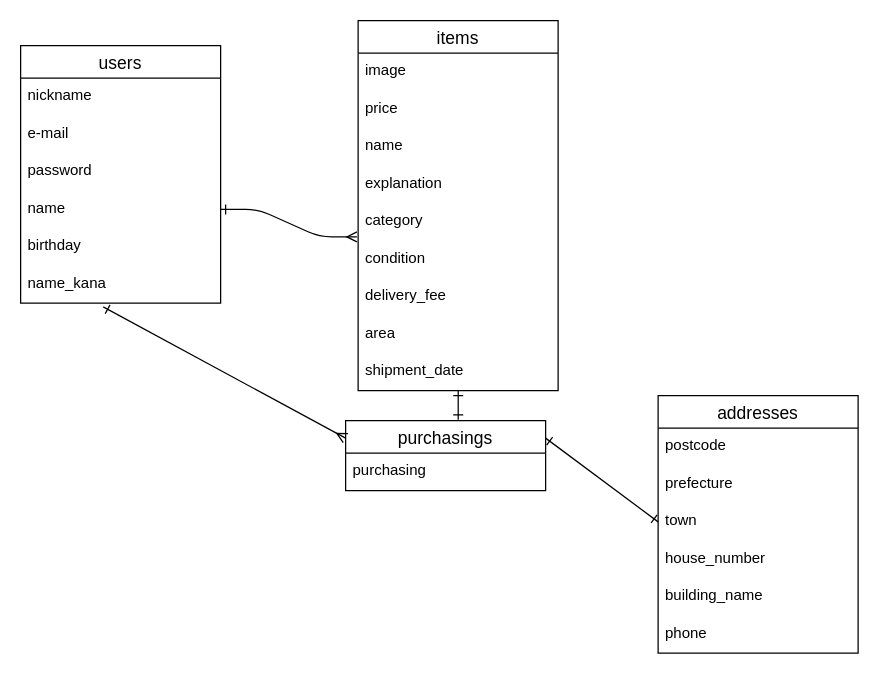
Before: furima.dio in AKN-YASUDA/furima-30947, a draw.io diagram. Source tidied: cells renumbered, new cells numbered last; positions are measured from the earlier drawing's top-left corner, leaving out a move shared by most shapes. Both pictures are drawn from the tidied source at 125%, with x=0, y=0 at pixel (20, 20).
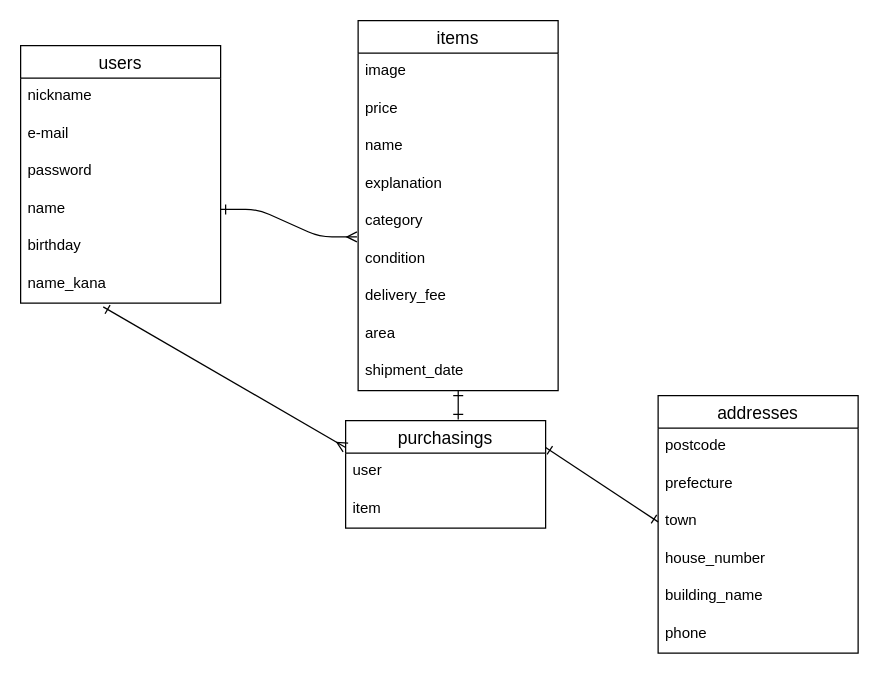
The same diagram, later.

What changed in the source:
```diff
@@
     <mxCell id="19" value="purchasings" style="swimlane;fontStyle=0;horizontal=1;startSize=26;align=center;fontSize=14;" parent="1" vertex="1">
-      <mxGeometry x="260" y="320" width="160" height="56" as="geometry" />
+      <mxGeometry x="260" y="320" width="160" height="86" as="geometry" />
     </mxCell>
-    <mxCell id="20" value="purchasing" style="text;strokeColor=none;fillColor=none;spacingLeft=4;spacingRight=4;overflow=hidden;fontSize=12;" parent="19" vertex="1">
+    <mxCell id="20" value="user" style="text;strokeColor=none;fillColor=none;spacingLeft=4;spacingRight=4;overflow=hidden;fontSize=12;" parent="19" vertex="1">
       <mxGeometry y="26" width="160" height="30" as="geometry" />
     </mxCell>
+    <mxCell id="32" value="item" style="text;strokeColor=none;fillColor=none;spacingLeft=4;spacingRight=4;overflow=hidden;fontSize=12;" parent="19" vertex="1">
+      <mxGeometry y="56" width="160" height="30" as="geometry" />
+    </mxCell>
```
